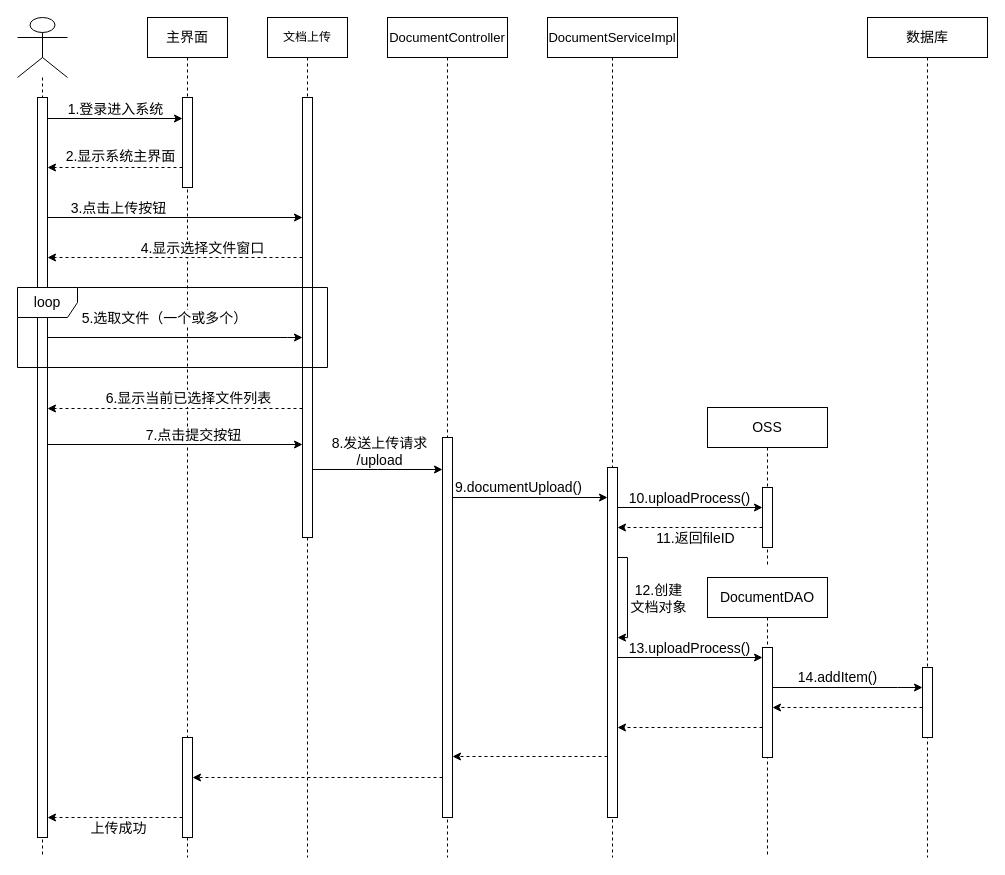
Before: page "文档上传" (2 of 5) of 时序图.drawio in lang22/DocAI_UML, a draw.io diagram. Source tidied: cells renumbered, new cells numbered last; positions are measured from the earlier drawing's top-left corner, leaving out a move shared by most shapes. Both pictures are drawn from the tidied source at 100%, with x=0, y=0 at pixel (17, 17).
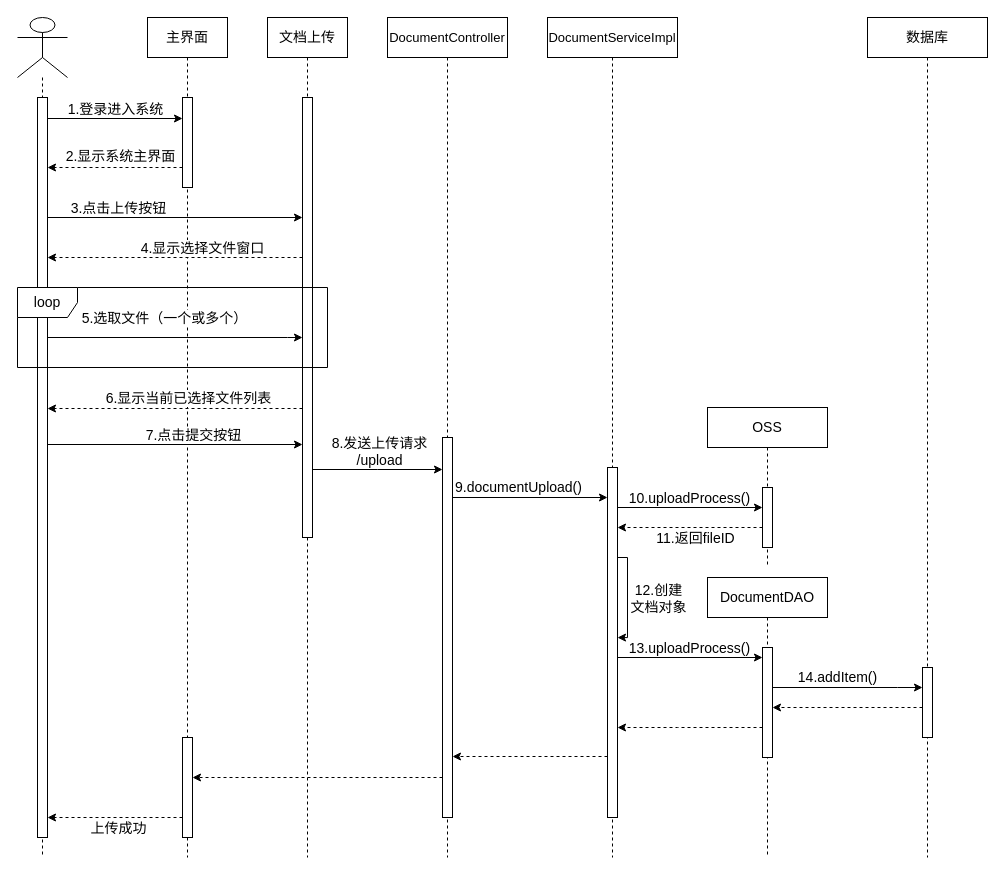
After the change.

Commit message (it also covers changes not shown here):
更新时序图.drawio

What changed in the source:
```diff
@@
-    <mxCell id="6" value="文档上传" style="shape=umlLifeline;perimeter=lifelinePerimeter;whiteSpace=wrap;html=1;newEdgeStyle={&quot;edgeStyle&quot;:&quot;elbowEdgeStyle&quot;,&quot;elbow&quot;:&quot;vertical&quot;,&quot;curved&quot;:0,&quot;rounded&quot;:0};fontFamily=Arial;" parent="1" vertex="1">
+    <mxCell id="6" value="&lt;font style=&quot;font-size: 14px;&quot;&gt;文档上传&lt;/font&gt;" style="shape=umlLifeline;perimeter=lifelinePerimeter;whiteSpace=wrap;html=1;newEdgeStyle={&quot;edgeStyle&quot;:&quot;elbowEdgeStyle&quot;,&quot;elbow&quot;:&quot;vertical&quot;,&quot;curved&quot;:0,&quot;rounded&quot;:0};fontFamily=Arial;" parent="1" vertex="1">
       <mxGeometry x="250" width="80" height="840" as="geometry" />
     </mxCell>
```
